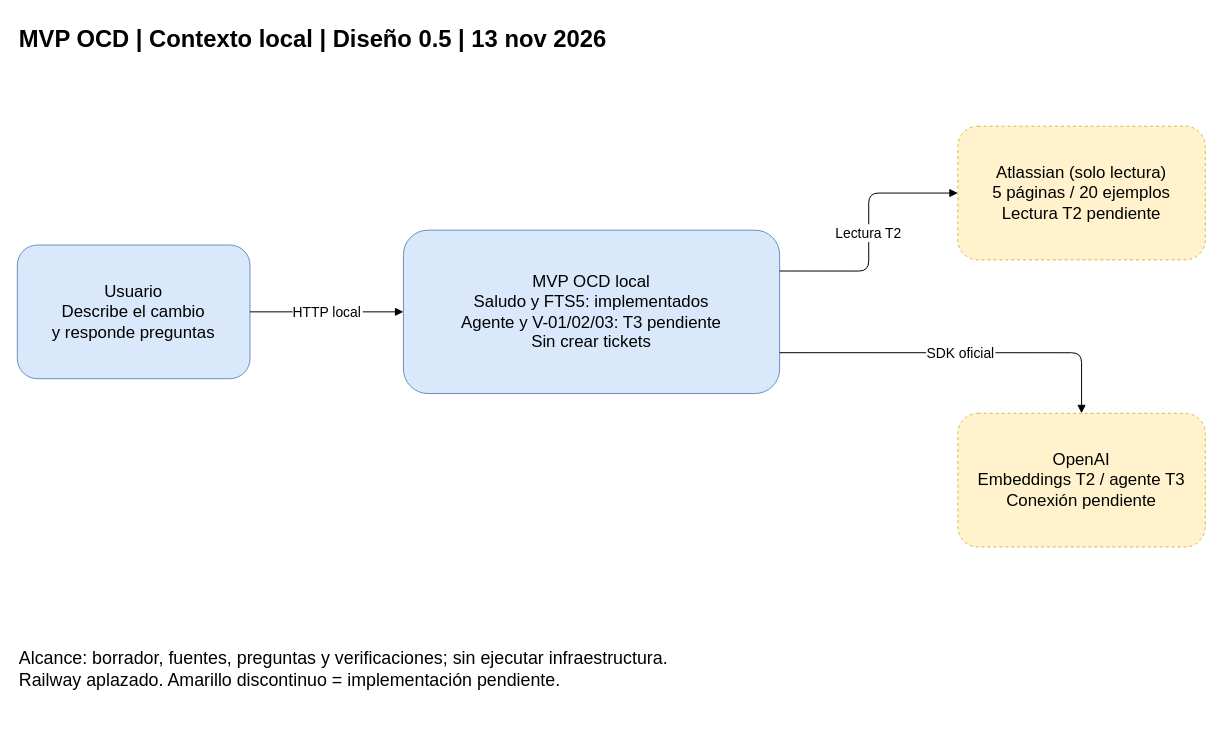
Earlier version of the draw.io diagram page "Contexto local" (1 of 3) of docs/MVP_OCD_Arquitectura.drawio (miguelsff/grupo-visa-ai). Source tidied: cells renumbered, new cells numbered last; positions are measured from the earlier drawing's top-left corner, leaving out a move shared by most shapes. Both pictures are drawn from the tidied source at 99%, with x=0, y=0 at pixel (17, 17).
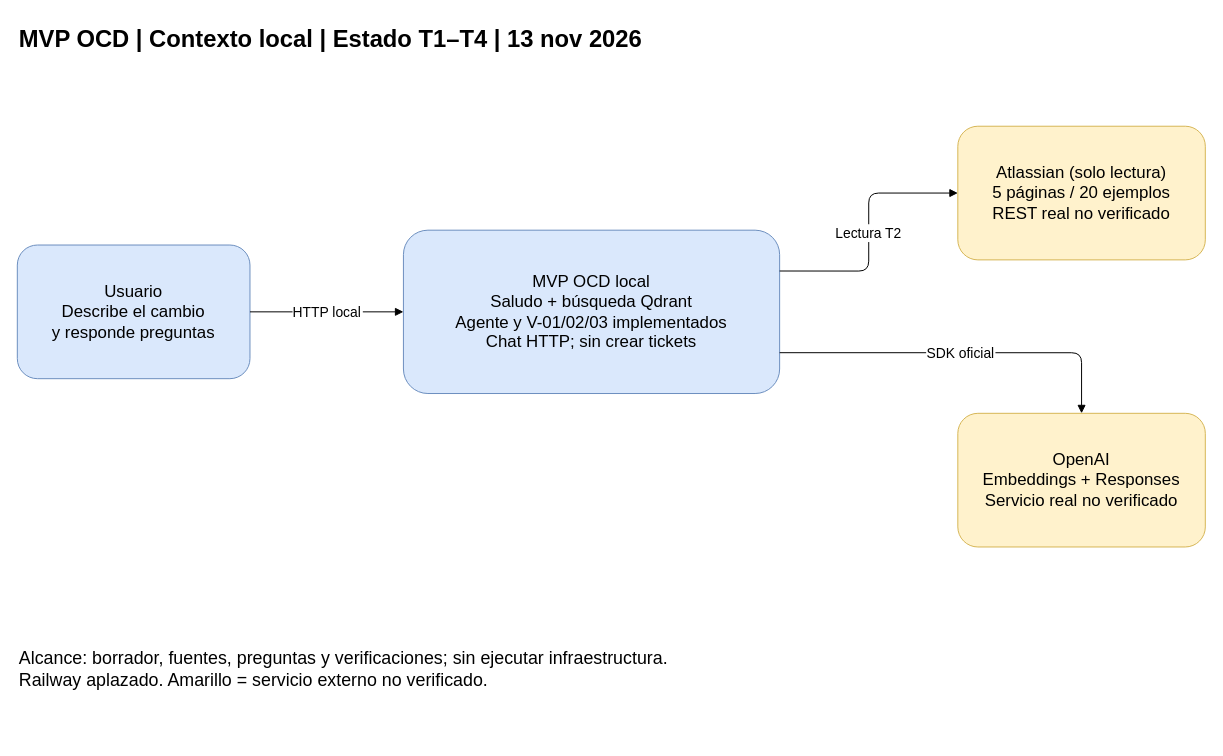
The same page after the edit.

The edit, as a diff of the source:
```diff
@@
 <mxGraphModel>
   <root>
     <mxCell id="0" />
     <mxCell id="1" parent="0" />
-    <mxCell id="2" value="MVP OCD | Contexto local | Diseño 0.5 | 13 nov 2026" style="text;html=0;align=left;fontSize=24;fontStyle=1;" parent="1" vertex="1">
+    <mxCell id="2" value="MVP OCD | Contexto local | Estado T1–T4 | 13 nov 2026" style="text;html=0;align=left;fontSize=24;fontStyle=1;" parent="1" vertex="1">
       <mxGeometry width="1200" height="65" as="geometry" />
     </mxCell>
     <mxCell id="3" value="Usuario&#10;Describe el cambio&#10;y responde preguntas" style="rounded=1;whiteSpace=wrap;html=0;align=center;verticalAlign=middle;fontSize=17;fillColor=#dae8fc;strokeColor=#6c8ebf;" parent="1" vertex="1">
       <mxGeometry y="230" width="235" height="135" as="geometry" />
     </mxCell>
-    <mxCell id="4" value="MVP OCD local&#10;Saludo y FTS5: implementados&#10;Agente y V-01/02/03: T3 pendiente&#10;Sin crear tickets" style="rounded=1;whiteSpace=wrap;html=0;align=center;verticalAlign=middle;fontSize=17;fillColor=#dae8fc;strokeColor=#6c8ebf;" parent="1" vertex="1">
+    <mxCell id="4" value="MVP OCD local&#10;Saludo + búsqueda Qdrant&#10;Agente y V-01/02/03 implementados&#10;Chat HTTP; sin crear tickets" style="rounded=1;whiteSpace=wrap;html=0;align=center;verticalAlign=middle;fontSize=17;fillColor=#dae8fc;strokeColor=#6c8ebf;" parent="1" vertex="1">
       <mxGeometry x="390" y="215" width="380" height="165" as="geometry" />
     </mxCell>
-    <mxCell id="5" value="Atlassian (solo lectura)&#10;5 páginas / 20 ejemplos&#10;Lectura T2 pendiente" style="rounded=1;whiteSpace=wrap;html=0;align=center;verticalAlign=middle;fontSize=17;fillColor=#fff2cc;strokeColor=#d6b656;dashed=1;" parent="1" vertex="1">
+    <mxCell id="5" value="Atlassian (solo lectura)&#10;5 páginas / 20 ejemplos&#10;REST real no verificado" style="rounded=1;whiteSpace=wrap;html=0;align=center;verticalAlign=middle;fontSize=17;fillColor=#fff2cc;strokeColor=#d6b656;" parent="1" vertex="1">
       <mxGeometry x="950" y="110" width="250" height="135" as="geometry" />
     </mxCell>
-    <mxCell id="6" value="OpenAI&#10;Embeddings T2 / agente T3&#10;Conexión pendiente" style="rounded=1;whiteSpace=wrap;html=0;align=center;verticalAlign=middle;fontSize=17;fillColor=#fff2cc;strokeColor=#d6b656;dashed=1;" parent="1" vertex="1">
+    <mxCell id="6" value="OpenAI&#10;Embeddings + Responses&#10;Servicio real no verificado" style="rounded=1;whiteSpace=wrap;html=0;align=center;verticalAlign=middle;fontSize=17;fillColor=#fff2cc;strokeColor=#d6b656;" parent="1" vertex="1">
       <mxGeometry x="950" y="400" width="250" height="135" as="geometry" />
     </mxCell>
     <mxCell id="7" value="HTTP local" style="edgeStyle=orthogonalEdgeStyle;html=0;endArrow=block;fontSize=14;" parent="1" edge="1" source="3" target="4">
       <mxGeometry relative="1" as="geometry" />
     </mxCell>
     <mxCell id="8" value="Lectura T2" style="edgeStyle=orthogonalEdgeStyle;html=0;endArrow=block;fontSize=14;exitX=1;exitY=0.25;" parent="1" edge="1" source="4" target="5">
       <mxGeometry relative="1" as="geometry" />
     </mxCell>
     <mxCell id="9" value="SDK oficial" style="edgeStyle=orthogonalEdgeStyle;html=0;endArrow=block;fontSize=14;exitX=1;exitY=0.75;" parent="1" edge="1" source="4" target="6">
       <mxGeometry relative="1" as="geometry" />
     </mxCell>
-    <mxCell id="10" value="Alcance: borrador, fuentes, preguntas y verificaciones; sin ejecutar infraestructura.&#10;Railway aplazado. Amarillo discontinuo = implementación pendiente." style="text;html=0;align=left;fontSize=18;" parent="1" vertex="1">
+    <mxCell id="10" value="Alcance: borrador, fuentes, preguntas y verificaciones; sin ejecutar infraestructura.&#10;Railway aplazado. Amarillo = servicio externo no verificado." style="text;html=0;align=left;fontSize=18;" parent="1" vertex="1">
       <mxGeometry y="630" width="1200" height="100" as="geometry" />
     </mxCell>
   </root>
 </mxGraphModel>
```
